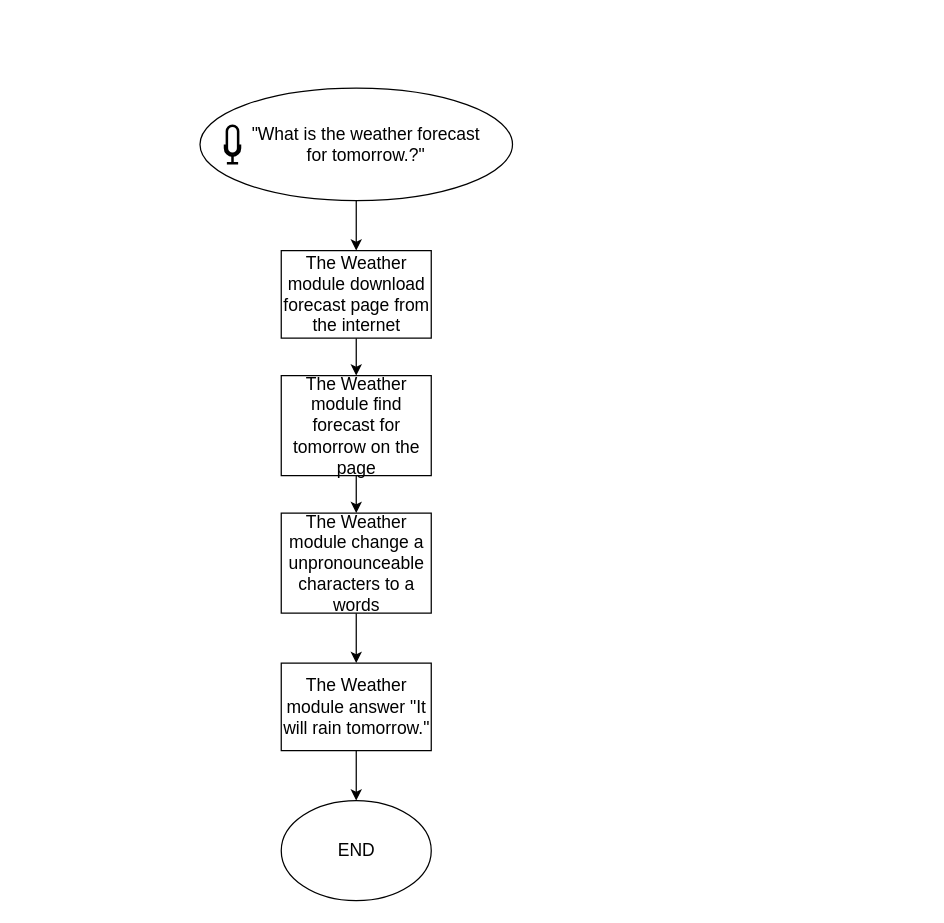
kitt10/iot keeps this draw.io diagram as egs/voicehome/doc/thesis/img/forecast_weather_diagram.drawio. Above is the earlier version. Source tidied: cells renumbered, new cells numbered last; positions are measured from the earlier drawing's top-left corner, leaving out a move shared by most shapes. Both pictures are drawn from the tidied source at 125%, with x=0, y=0 at pixel (199, 88).
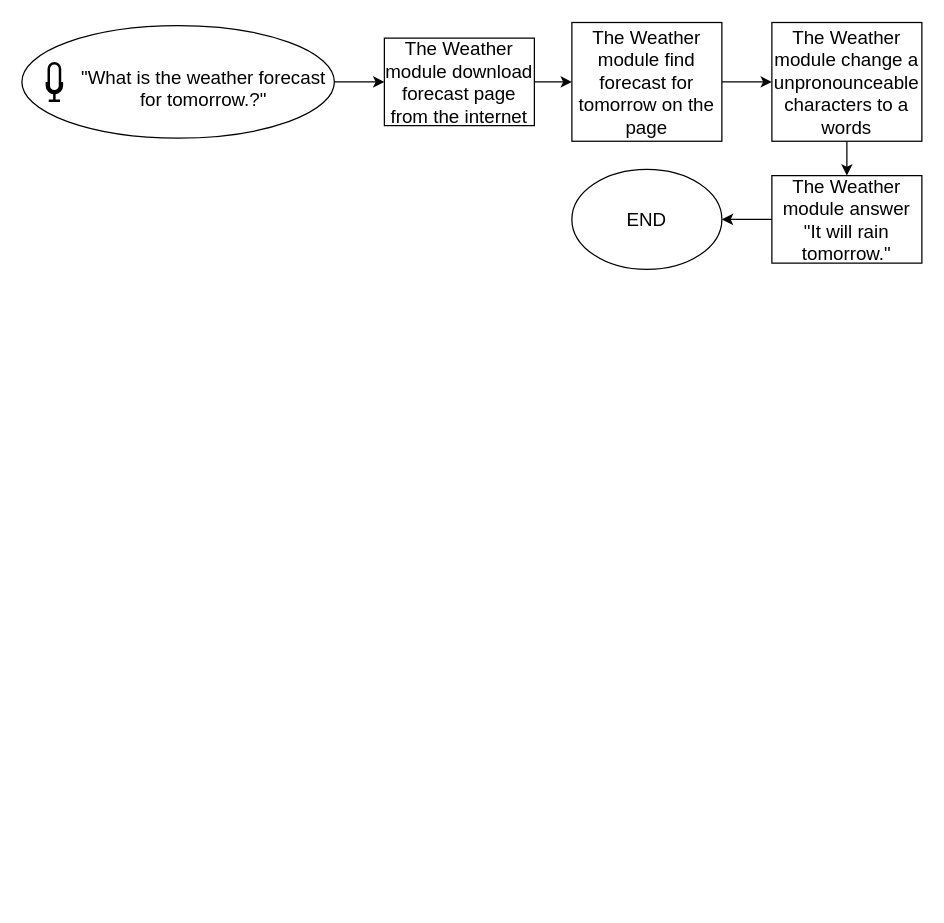
After the change.

The edit, as a diff of the source:
```diff
@@
 <mxGraphModel>
   <root>
     <mxCell id="0" />
     <mxCell id="1" parent="0" />
-    <mxCell id="2" style="edgeStyle=orthogonalEdgeStyle;rounded=0;jettySize=auto;html=1;fontSize=14;" parent="1" edge="1" source="3" target="7">
-      <mxGeometry relative="1" as="geometry" />
-    </mxCell>
-    <mxCell id="3" style="ellipse;whiteSpace=wrap;html=1;fontSize=14;" parent="1" vertex="1">
-      <mxGeometry x="0.5" width="250" height="90" as="geometry" />
-    </mxCell>
-    <mxCell id="4" style="html=1;verticalLabelPosition=bottom;align=center;labelBackgroundColor=#ffffff;verticalAlign=top;strokeWidth=2;shadow=0;dashed=0;shape=mxgraph.ios7.icons.microphone;fontSize=14;" parent="1" vertex="1">
-      <mxGeometry x="20.5" y="30" width="12" height="30" as="geometry" />
-    </mxCell>
-    <mxCell id="5" value="&quot;What is the weather forecast &lt;br&gt;for tomorrow.?&quot;" style="text;html=1;align=center;verticalAlign=middle;strokeColor=none;fontSize=14;" parent="1" vertex="1">
-      <mxGeometry x="32.5" y="25" width="200" height="40" as="geometry" />
-    </mxCell>
+    <mxCell id="15" style="edgeStyle=orthogonalEdgeStyle;rounded=0;jettySize=auto;html=1;fontSize=15;" parent="1" edge="1" source="18" target="7">
+      <mxGeometry relative="1" as="geometry" />
+    </mxCell>
-    <mxCell id="6" style="edgeStyle=orthogonalEdgeStyle;rounded=0;jettySize=auto;html=1;fontSize=14;" parent="1" edge="1" source="7" target="13">
+    <mxCell id="6" style="edgeStyle=orthogonalEdgeStyle;rounded=0;jettySize=auto;html=1;fontSize=15;" parent="1" edge="1" source="7" target="13">
       <mxGeometry relative="1" as="geometry" />
     </mxCell>
-    <mxCell id="7" value="The Weather module download forecast page from the internet" style="rounded=0;whiteSpace=wrap;html=1;strokeColor=#000000;fontSize=14;" parent="1" vertex="1">
-      <mxGeometry x="65.5" y="130" width="120" height="70" as="geometry" />
+    <mxCell id="7" value="The Weather module download forecast page from the internet" style="rounded=0;whiteSpace=wrap;html=1;strokeColor=#000000;fontSize=15;" parent="1" vertex="1">
+      <mxGeometry x="148" y="-40" width="120" height="70" as="geometry" />
     </mxCell>
-    <mxCell id="8" style="edgeStyle=orthogonalEdgeStyle;rounded=0;jettySize=auto;html=1;fontSize=14;" parent="1" edge="1" source="9" target="11">
+    <mxCell id="8" style="edgeStyle=orthogonalEdgeStyle;rounded=0;jettySize=auto;html=1;fontSize=15;" parent="1" edge="1" source="9" target="11">
       <mxGeometry relative="1" as="geometry" />
     </mxCell>
-    <mxCell id="9" value="The Weather module change a unpronounceable characters to a words" style="rounded=0;whiteSpace=wrap;html=1;strokeColor=#000000;fontSize=14;" parent="1" vertex="1">
-      <mxGeometry x="65.5" y="340" width="120" height="80" as="geometry" />
+    <mxCell id="9" value="The Weather module change a unpronounceable characters to a words" style="rounded=0;whiteSpace=wrap;html=1;strokeColor=#000000;fontSize=15;" parent="1" vertex="1">
+      <mxGeometry x="458" y="-52.5" width="120" height="95" as="geometry" />
     </mxCell>
-    <mxCell id="10" style="edgeStyle=orthogonalEdgeStyle;rounded=0;jettySize=auto;html=1;fontSize=14;" parent="1" edge="1" source="11">
-      <mxGeometry relative="1" as="geometry">
-        <mxPoint x="125.5" y="570" as="targetPoint" />
-      </mxGeometry>
-    </mxCell>
+    <mxCell id="16" style="edgeStyle=orthogonalEdgeStyle;rounded=0;jettySize=auto;html=1;fontSize=15;entryX=1;entryY=0.5;entryDx=0;entryDy=0;" parent="1" edge="1" source="11" target="14">
+      <mxGeometry relative="1" as="geometry" />
+    </mxCell>
-    <mxCell id="11" value="The Weather module answer &quot;It will rain tomorrow.&quot;" style="rounded=0;whiteSpace=wrap;html=1;strokeColor=#000000;fontSize=14;" parent="1" vertex="1">
-      <mxGeometry x="65.5" y="460" width="120" height="70" as="geometry" />
+    <mxCell id="11" value="The Weather module answer &quot;It will rain tomorrow.&quot;" style="rounded=0;whiteSpace=wrap;html=1;strokeColor=#000000;fontSize=15;" parent="1" vertex="1">
+      <mxGeometry x="458" y="70" width="120" height="70" as="geometry" />
     </mxCell>
-    <mxCell id="12" style="edgeStyle=orthogonalEdgeStyle;rounded=0;jettySize=auto;html=1;fontSize=14;" parent="1" edge="1" source="13" target="9">
+    <mxCell id="12" style="edgeStyle=orthogonalEdgeStyle;rounded=0;jettySize=auto;html=1;fontSize=15;" parent="1" edge="1" source="13" target="9">
       <mxGeometry relative="1" as="geometry" />
     </mxCell>
-    <mxCell id="13" value="The Weather module find forecast for tomorrow on the page" style="rounded=0;whiteSpace=wrap;html=1;strokeColor=#000000;fontSize=14;" parent="1" vertex="1">
-      <mxGeometry x="65.5" y="230" width="120" height="80" as="geometry" />
+    <mxCell id="13" value="The Weather module find forecast for tomorrow on the page" style="rounded=0;whiteSpace=wrap;html=1;strokeColor=#000000;fontSize=15;" parent="1" vertex="1">
+      <mxGeometry x="298" y="-52.5" width="120" height="95" as="geometry" />
     </mxCell>
-    <mxCell id="14" value="END" style="ellipse;whiteSpace=wrap;html=1;strokeColor=#000000;fontSize=14;" parent="1" vertex="1">
-      <mxGeometry x="65.5" y="570" width="120" height="80" as="geometry" />
+    <mxCell id="14" value="END" style="ellipse;whiteSpace=wrap;html=1;strokeColor=#000000;fontSize=15;" parent="1" vertex="1">
+      <mxGeometry x="298" y="65" width="120" height="80" as="geometry" />
     </mxCell>
+    <mxCell id="17" style="group;" parent="1" vertex="1">
+      <mxGeometry x="-142" y="-50" width="250" height="90" as="geometry" />
+    </mxCell>
+    <mxCell id="18" style="ellipse;whiteSpace=wrap;html=1;fontSize=15;" parent="17" vertex="1">
+      <mxGeometry width="250" height="90" as="geometry" />
+    </mxCell>
+    <mxCell id="19" style="html=1;verticalLabelPosition=bottom;align=center;labelBackgroundColor=#ffffff;verticalAlign=top;strokeWidth=2;shadow=0;dashed=0;shape=mxgraph.ios7.icons.microphone;fontSize=15;" parent="17" vertex="1">
+      <mxGeometry x="20" y="30" width="12" height="30" as="geometry" />
+    </mxCell>
+    <mxCell id="5" value="&quot;What is the weather forecast &lt;br style=&quot;font-size: 15px;&quot;&gt;for tomorrow.?&quot;" style="text;html=1;align=center;verticalAlign=middle;strokeColor=none;fontSize=15;" parent="17" vertex="1">
+      <mxGeometry x="40" y="30" width="210" height="40" as="geometry" />
+    </mxCell>
   </root>
 </mxGraphModel>
```
